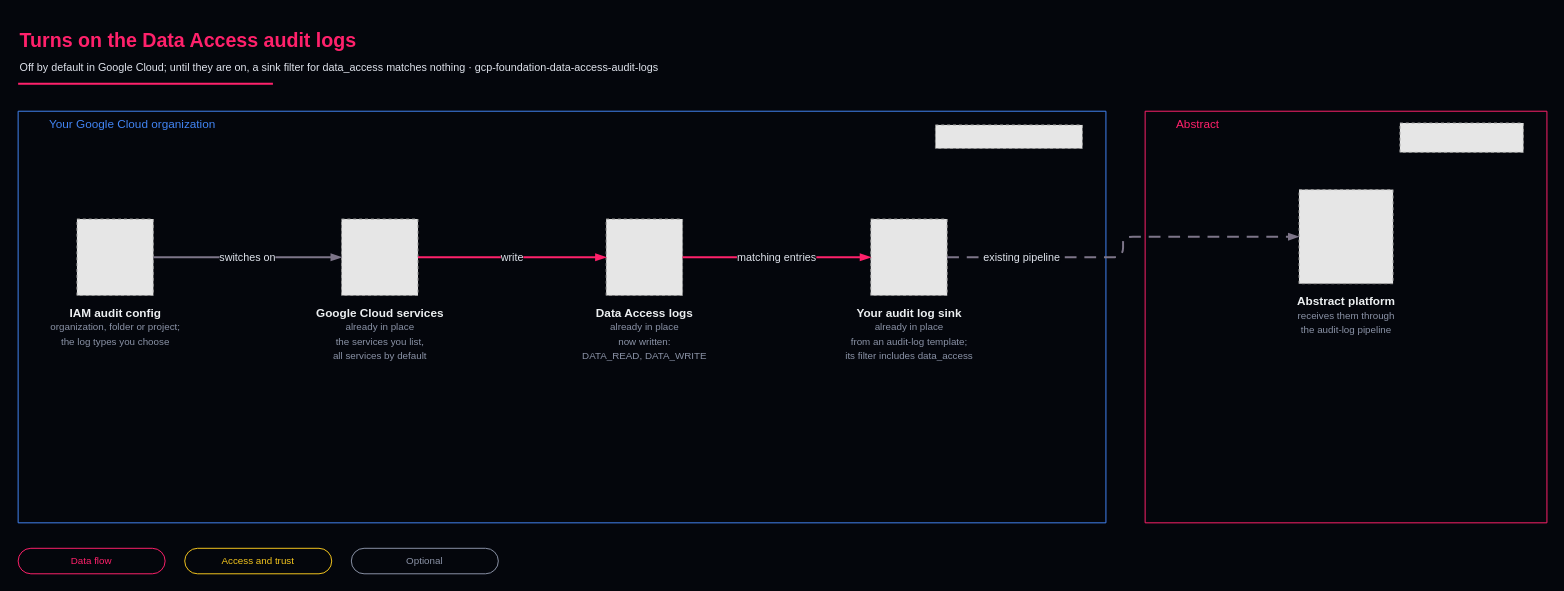
Before: templates/gcp/gcp-foundation-data-access-audit-logs/diagram.drawio in IamABS3C/abstract-cloud-templates, a draw.io diagram. Source tidied: cells renumbered, new cells numbered last; positions are measured from the earlier drawing's top-left corner, leaving out a move shared by most shapes. Both pictures are drawn from the tidied source at 98%, with x=0, y=0 at pixel (18, 17). Pictures stored in the file or linked from it are replaced by grey dashed boxes.
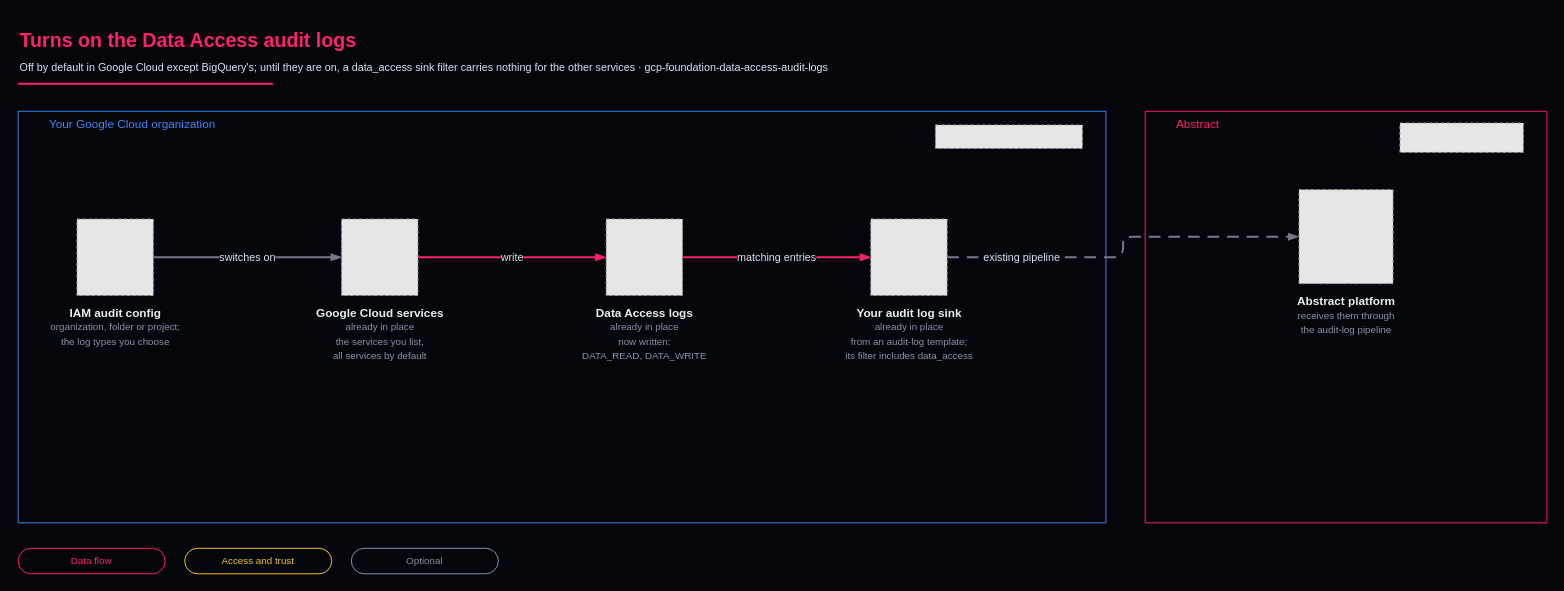
The same page after the edit.

The edit, as a diff of the source:
```diff
@@
 <mxGraphModel background="#04060c">
   <root>
     <mxCell id="0" />
     <mxCell id="1" parent="0" />
     <mxCell id="2" value="Your Google Cloud organization" style="gradientColor=none;html=1;whiteSpace=wrap;fontSize=12;fontStyle=0;shape=mxgraph.aws4.group;grStroke=1;strokeColor=#4285F4;fillColor=none;verticalAlign=top;fontColor=#4285F4;align=left;spacingLeft=30;" parent="1" vertex="1">
       <mxGeometry y="96" width="1110" height="420" as="geometry" />
     </mxCell>
     <mxCell id="3" value="Abstract" style="gradientColor=none;html=1;whiteSpace=wrap;fontSize=12;fontStyle=0;shape=mxgraph.aws4.group;grStroke=1;strokeColor=#FF216B;fillColor=none;verticalAlign=top;fontColor=#FF216B;align=left;spacingLeft=30;" parent="1" vertex="1">
       <mxGeometry x="1150" y="96" width="410" height="420" as="geometry" />
     </mxCell>
     <mxCell id="4" style="fillColor=#E6E6E6;strokeColor=#999999;dashed=1;html=1;verticalLabelPosition=bottom;verticalAlign=top;align=center;fontColor=#ECEFF1;fontSize=12;fontFamily=Barlow;spacingTop=4;" parent="2" vertex="1">
       <mxGeometry x="936" y="14" width="150" height="24" as="geometry" />
     </mxCell>
     <mxCell id="5" style="fillColor=#E6E6E6;strokeColor=#999999;dashed=1;html=1;verticalLabelPosition=bottom;verticalAlign=top;align=center;fontColor=#ECEFF1;fontSize=12;fontFamily=Barlow;spacingTop=4;" parent="3" vertex="1">
       <mxGeometry x="260" y="12" width="126" height="30" as="geometry" />
     </mxCell>
     <mxCell id="6" value="&lt;b&gt;Abstract platform&lt;/b&gt;&lt;br&gt;&lt;span style='font-size:10px;color:#8b93a7'&gt;receives them through&lt;br&gt;the audit-log pipeline&lt;/span&gt;" style="fillColor=#E6E6E6;strokeColor=#999999;dashed=1;html=1;verticalLabelPosition=bottom;verticalAlign=top;align=center;fontColor=#ECEFF1;fontSize=12;fontFamily=Barlow;spacingTop=4;" parent="3" vertex="1">
       <mxGeometry x="157" y="80" width="96" height="96" as="geometry" />
     </mxCell>
     <mxCell id="7" value="&lt;b&gt;IAM audit config&lt;/b&gt;&lt;br&gt;&lt;span style='font-size:10px;color:#8b93a7'&gt;organization, folder or project;&lt;br&gt;the log types you choose&lt;/span&gt;" style="fillColor=#E6E6E6;strokeColor=#999999;dashed=1;html=1;verticalLabelPosition=bottom;verticalAlign=top;align=center;fontColor=#ECEFF1;fontSize=12;fontFamily=Barlow;spacingTop=4;" parent="2" vertex="1">
       <mxGeometry x="60" y="110" width="78" height="78" as="geometry" />
     </mxCell>
     <mxCell id="8" value="&lt;b&gt;Google Cloud services&lt;/b&gt;&lt;br&gt;&lt;span style='font-size:10px;color:#8b93a7'&gt;already in place&lt;br&gt;the services you list,&lt;br&gt;all services by default&lt;/span&gt;" style="fillColor=#E6E6E6;strokeColor=#999999;dashed=1;html=1;verticalLabelPosition=bottom;verticalAlign=top;align=center;fontColor=#ECEFF1;fontSize=12;fontFamily=Barlow;spacingTop=4;" parent="2" vertex="1">
       <mxGeometry x="330" y="110" width="78" height="78" as="geometry" />
     </mxCell>
     <mxCell id="9" value="&lt;b&gt;Data Access logs&lt;/b&gt;&lt;br&gt;&lt;span style='font-size:10px;color:#8b93a7'&gt;already in place&lt;br&gt;now written:&lt;br&gt;DATA_READ, DATA_WRITE&lt;/span&gt;" style="fillColor=#E6E6E6;strokeColor=#999999;dashed=1;html=1;verticalLabelPosition=bottom;verticalAlign=top;align=center;fontColor=#ECEFF1;fontSize=12;fontFamily=Barlow;spacingTop=4;" parent="2" vertex="1">
       <mxGeometry x="600" y="110" width="78" height="78" as="geometry" />
     </mxCell>
     <mxCell id="10" value="&lt;b&gt;Your audit log sink&lt;/b&gt;&lt;br&gt;&lt;span style='font-size:10px;color:#8b93a7'&gt;already in place&lt;br&gt;from an audit-log template;&lt;br&gt;its filter includes data_access&lt;/span&gt;" style="fillColor=#E6E6E6;strokeColor=#999999;dashed=1;html=1;verticalLabelPosition=bottom;verticalAlign=top;align=center;fontColor=#ECEFF1;fontSize=12;fontFamily=Barlow;spacingTop=4;" parent="2" vertex="1">
       <mxGeometry x="870" y="110" width="78" height="78" as="geometry" />
     </mxCell>
     <mxCell id="11" value="switches on" style="edgeStyle=orthogonalEdgeStyle;rounded=1;html=1;jettySize=auto;strokeColor=#7D7589;strokeWidth=2;fontColor=#dfe3ec;fontFamily=Barlow;fontSize=11;labelBackgroundColor=#04060c;endArrow=blockThin;endFill=1;exitX=1;exitY=0.5;exitDx=0;exitDy=0;entryX=0;entryY=0.5;entryDx=0;entryDy=0;" parent="1" edge="1" source="7" target="8">
       <mxGeometry relative="1" as="geometry" />
     </mxCell>
     <mxCell id="12" value="write" style="edgeStyle=orthogonalEdgeStyle;rounded=1;html=1;jettySize=auto;strokeColor=#FF216B;strokeWidth=2;fontColor=#dfe3ec;fontFamily=Barlow;fontSize=11;labelBackgroundColor=#04060c;endArrow=blockThin;endFill=1;exitX=1;exitY=0.5;exitDx=0;exitDy=0;entryX=0;entryY=0.5;entryDx=0;entryDy=0;" parent="1" edge="1" source="8" target="9">
       <mxGeometry relative="1" as="geometry" />
     </mxCell>
     <mxCell id="13" value="matching entries" style="edgeStyle=orthogonalEdgeStyle;rounded=1;html=1;jettySize=auto;strokeColor=#FF216B;strokeWidth=2;fontColor=#dfe3ec;fontFamily=Barlow;fontSize=11;labelBackgroundColor=#04060c;endArrow=blockThin;endFill=1;exitX=1;exitY=0.5;exitDx=0;exitDy=0;entryX=0;entryY=0.5;entryDx=0;entryDy=0;" parent="1" edge="1" source="9" target="10">
       <mxGeometry relative="1" as="geometry" />
     </mxCell>
     <mxCell id="14" value="existing pipeline" style="edgeStyle=orthogonalEdgeStyle;rounded=1;html=1;jettySize=auto;strokeColor=#7D7589;strokeWidth=2;fontColor=#dfe3ec;fontFamily=Barlow;fontSize=11;labelBackgroundColor=#04060c;endArrow=blockThin;endFill=1;exitX=1;exitY=0.5;exitDx=0;exitDy=0;entryX=0;entryY=0.5;entryDx=0;entryDy=0;dashed=1;dashPattern=6 4;" parent="1" edge="1" source="10" target="6">
       <mxGeometry x="-0.6" relative="1" as="geometry" />
     </mxCell>
-    <mxCell id="15" value="&lt;span style='font-size:20px;color:#FF216B'&gt;&lt;b&gt;Turns on the Data Access audit logs&lt;/b&gt;&lt;/span&gt;&lt;br&gt;&lt;span style='font-size:11px'&gt;Off by default in Google Cloud; until they are on, a sink filter for data_access matches nothing   ·   gcp-foundation-data-access-audit-logs&lt;/span&gt;" style="text;html=1;align=left;verticalAlign=middle;whiteSpace=wrap;fontFamily=Barlow Semi Condensed;fontColor=#dfe3ec;fontSize=20;" parent="1" vertex="1">
+    <mxCell id="15" value="&lt;span style='font-size:20px;color:#FF216B'&gt;&lt;b&gt;Turns on the Data Access audit logs&lt;/b&gt;&lt;/span&gt;&lt;br&gt;&lt;span style='font-size:11px'&gt;Off by default in Google Cloud except BigQuery's; until they are on, a data_access sink filter carries nothing for the other services   ·   gcp-foundation-data-access-audit-logs&lt;/span&gt;" style="text;html=1;align=left;verticalAlign=middle;whiteSpace=wrap;fontFamily=Barlow Semi Condensed;fontColor=#dfe3ec;fontSize=20;" parent="1" vertex="1">
       <mxGeometry width="1200" height="70" as="geometry" />
     </mxCell>
     <mxCell id="16" style="line;strokeWidth=2;html=1;strokeColor=#FF216B;" parent="1" vertex="1">
       <mxGeometry y="64" width="260" height="8" as="geometry" />
     </mxCell>
     <mxCell id="17" value="Data flow" style="rounded=1;arcSize=50;html=1;whiteSpace=wrap;fillColor=#04060c;strokeColor=#FF216B;strokeWidth=1;fontColor=#FF216B;fontFamily=JetBrains Mono;fontSize=10;verticalAlign=middle;align=center;" parent="1" vertex="1">
       <mxGeometry y="542" width="150" height="26" as="geometry" />
     </mxCell>
     <mxCell id="18" value="Access and trust" style="rounded=1;arcSize=50;html=1;whiteSpace=wrap;fillColor=#04060c;strokeColor=#f5c61e;strokeWidth=1;fontColor=#f5c61e;fontFamily=JetBrains Mono;fontSize=10;verticalAlign=middle;align=center;" parent="1" vertex="1">
       <mxGeometry x="170" y="542" width="150" height="26" as="geometry" />
     </mxCell>
     <mxCell id="19" value="Optional" style="rounded=1;arcSize=50;html=1;whiteSpace=wrap;fillColor=#04060c;strokeColor=#8b93a7;strokeWidth=1;fontColor=#8b93a7;fontFamily=JetBrains Mono;fontSize=10;verticalAlign=middle;align=center;" parent="1" vertex="1">
       <mxGeometry x="340" y="542" width="150" height="26" as="geometry" />
     </mxCell>
   </root>
 </mxGraphModel>
```
